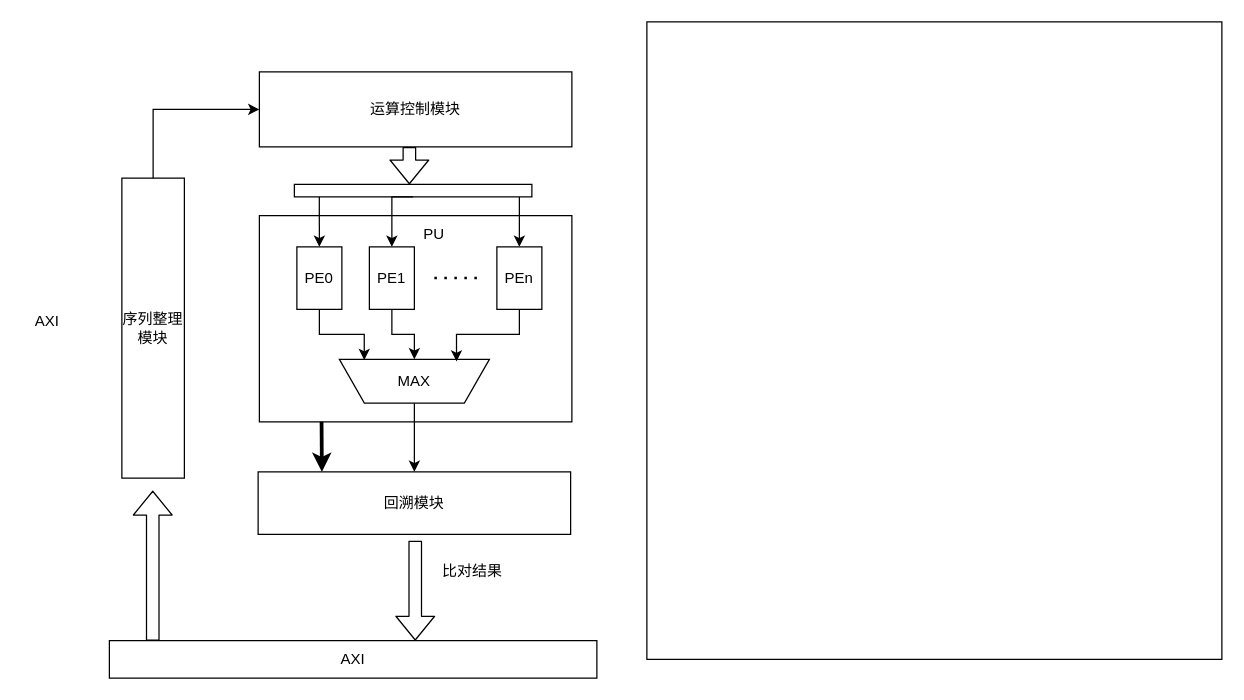
Above: page "整体架构" (19 of 21) of FPGA_output.drawio in muguang123/drwaio (draw.io), before the change. Source tidied: cells renumbered, new cells numbered last; positions are measured from the earlier drawing's top-left corner, leaving out a move shared by most shapes. Both pictures are drawn from the tidied source at 125%, with x=0, y=0 at pixel (21, 21).
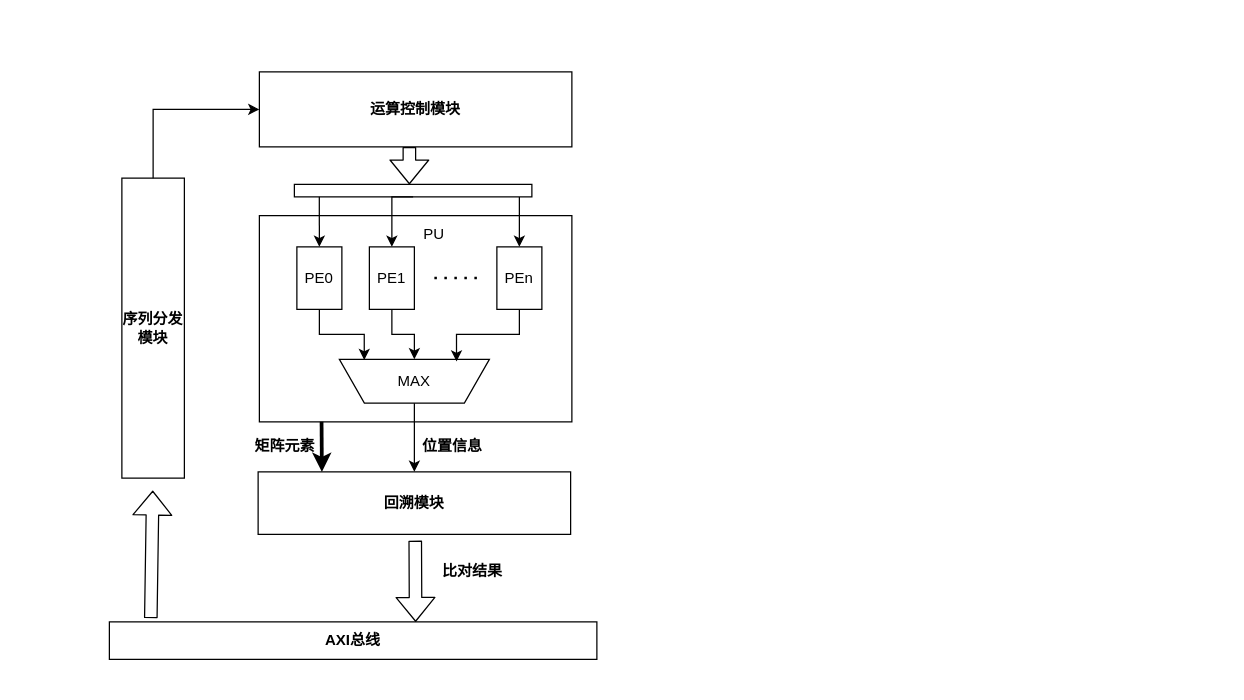
Above is the later version.

Change to the diagram source:
```diff
@@
-    <mxCell id="11" value="运算控制模块" style="rounded=0;whiteSpace=wrap;html=1;fillColor=none;" parent="1" vertex="1">
+    <mxCell id="11" value="&lt;b&gt;运算控制模块&lt;/b&gt;" style="rounded=0;whiteSpace=wrap;html=1;fillColor=none;" parent="1" vertex="1">
       <mxGeometry x="190" y="40" width="250" height="60" as="geometry" />
     </mxCell>
@@
-    <mxCell id="14" value="回溯模块" style="rounded=0;whiteSpace=wrap;html=1;fillColor=none;" parent="1" vertex="1">
+    <mxCell id="14" value="&lt;b&gt;回溯模块&lt;/b&gt;" style="rounded=0;whiteSpace=wrap;html=1;fillColor=none;" parent="1" vertex="1">
       <mxGeometry x="189" y="360" width="250" height="50" as="geometry" />
     </mxCell>
-    <mxCell id="15" value="比对结果" style="text;html=1;align=center;verticalAlign=middle;" parent="1" vertex="1">
+    <mxCell id="15" value="&lt;b&gt;比对结果&lt;/b&gt;" style="text;html=1;align=center;verticalAlign=middle;" parent="1" vertex="1">
       <mxGeometry x="330" y="430" width="60" height="20" as="geometry" />
     </mxCell>
@@
-    <mxCell id="17" value="序列整理模块" style="rounded=0;whiteSpace=wrap;html=1;fillColor=none;" parent="1" vertex="1">
+    <mxCell id="17" value="&lt;b&gt;序列分发模块&lt;/b&gt;" style="rounded=0;whiteSpace=wrap;html=1;fillColor=none;" parent="1" vertex="1">
       <mxGeometry x="80" y="125" width="50" height="240" as="geometry" />
     </mxCell>
-    <mxCell id="18" value="AXI" style="text;html=1;align=center;verticalAlign=middle;" parent="1" vertex="1">
-      <mxGeometry y="230" width="40" height="20" as="geometry" />
-    </mxCell>
@@
-    <mxCell id="24" style="rounded=0;whiteSpace=wrap;html=1;fillColor=none;" parent="1" vertex="1">
-      <mxGeometry x="500" width="460" height="510" as="geometry" />
-    </mxCell>
@@
-    <mxCell id="26" value="AXI" style="rounded=0;whiteSpace=wrap;html=1;fillColor=none;" parent="1" vertex="1">
-      <mxGeometry x="70" y="495" width="390" height="30" as="geometry" />
+    <mxCell id="26" value="&lt;b&gt;AXI总线&lt;/b&gt;" style="rounded=0;whiteSpace=wrap;html=1;fillColor=none;" parent="1" vertex="1">
+      <mxGeometry x="70" y="480" width="390" height="30" as="geometry" />
     </mxCell>
-    <mxCell id="27" style="shape=flexArrow;endArrow=classic;html=1;strokeWidth=1;" parent="1" edge="1">
+    <mxCell id="27" style="shape=flexArrow;endArrow=classic;html=1;strokeWidth=1;exitX=0.085;exitY=-0.1;exitDx=0;exitDy=0;exitPerimeter=0;" parent="1" edge="1" source="26">
       <mxGeometry relative="1" as="geometry">
-        <mxPoint x="104.7" y="495" as="sourcePoint" />
         <mxPoint x="104.7" y="375" as="targetPoint" />
       </mxGeometry>
     </mxCell>
     <mxCell id="28" style="shape=flexArrow;endArrow=classic;html=1;strokeWidth=1;" parent="1" edge="1">
       <mxGeometry relative="1" as="geometry">
         <mxPoint x="314.7" y="415" as="sourcePoint" />
-        <mxPoint x="314.7" y="495" as="targetPoint" />
+        <mxPoint x="315" y="480" as="targetPoint" />
       </mxGeometry>
     </mxCell>
+    <mxCell id="29" value="&lt;b&gt;位置信息&lt;/b&gt;" style="text;html=1;align=center;verticalAlign=middle;" parent="1" vertex="1">
+      <mxGeometry x="314" y="330" width="60" height="20" as="geometry" />
+    </mxCell>
+    <mxCell id="30" value="&lt;b&gt;矩阵元素&lt;/b&gt;" style="text;html=1;align=center;verticalAlign=middle;" parent="1" vertex="1">
+      <mxGeometry x="180" y="330" width="60" height="20" as="geometry" />
+    </mxCell>
```
